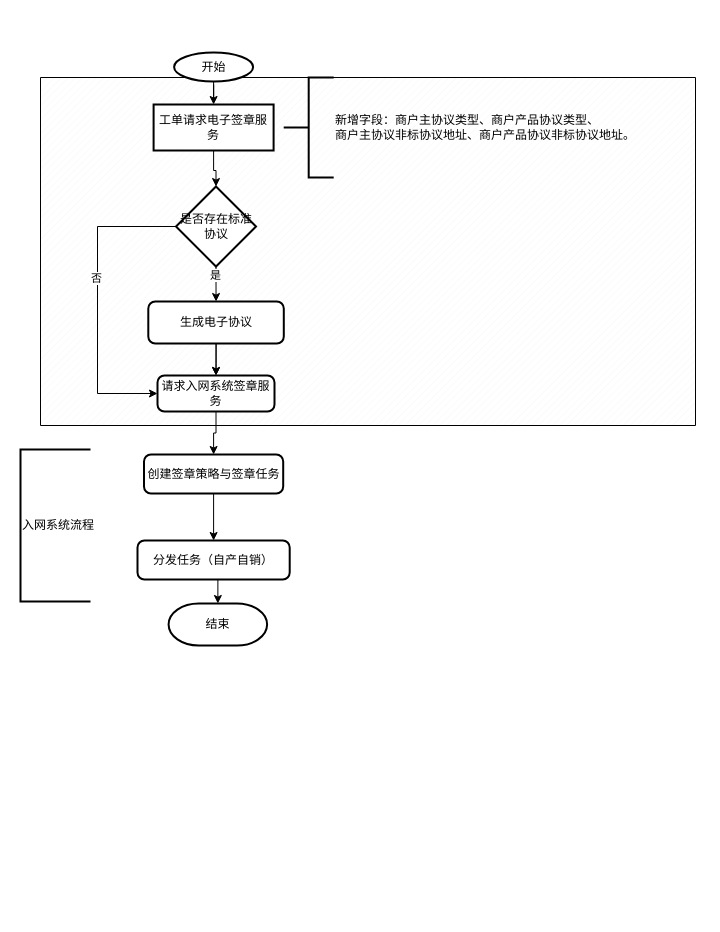
fengyong7723131/work keeps this draw.io diagram as page "第 1 页" (1 of 4) of 接收电子签章回调.drawio. Above is the earlier version. Source tidied: cells renumbered, new cells numbered last; positions are measured from the earlier drawing's top-left corner, leaving out a move shared by most shapes. Both pictures are drawn from the tidied source at 100%, with x=0, y=0 at pixel (20, 52).
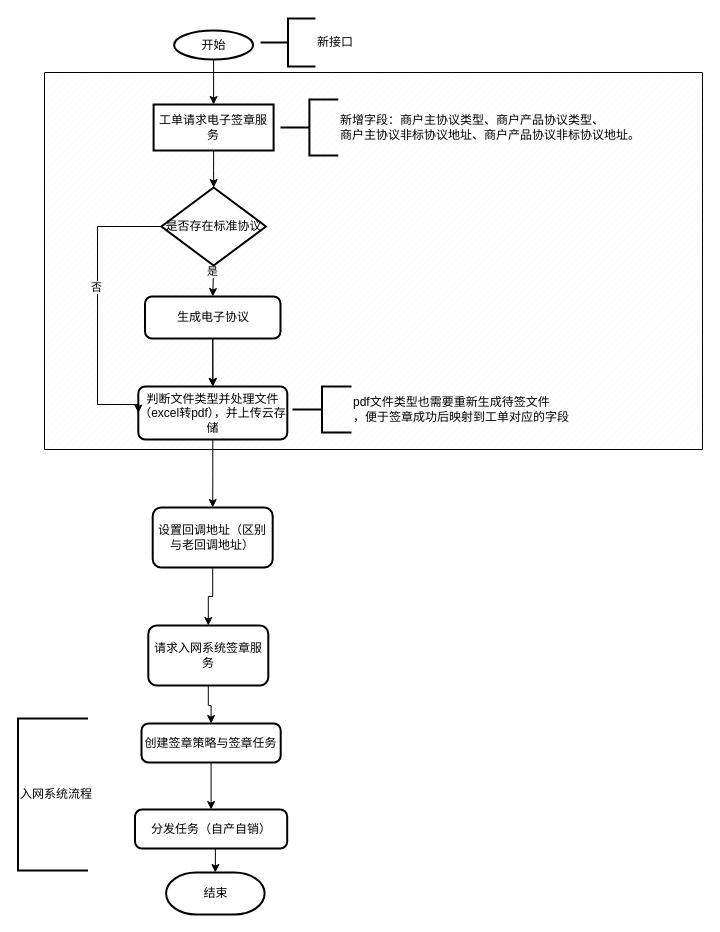
The same page after the edit.

Commit message:
更新接收电子签章回调.drawio

What changed in the source:
```diff
@@
     <mxCell id="2" style="verticalLabelPosition=bottom;verticalAlign=top;html=1;shape=mxgraph.basic.patternFillRect;fillStyle=diag;step=5;fillStrokeWidth=0.2;fillStrokeColor=#dddddd;" parent="1" vertex="1">
-      <mxGeometry x="20" y="25" width="655" height="348" as="geometry" />
+      <mxGeometry x="24" y="20" width="658" height="377" as="geometry" />
     </mxCell>
@@
     <mxCell id="4" value="开始" style="strokeWidth=2;html=1;shape=mxgraph.flowchart.start_1;whiteSpace=wrap;" parent="1" vertex="1">
-      <mxGeometry x="153.6" width="79" height="29" as="geometry" />
+      <mxGeometry x="153.6" y="-22" width="79" height="29" as="geometry" />
     </mxCell>
@@
     <mxCell id="7" value="生成电子协议" style="rounded=1;whiteSpace=wrap;html=1;absoluteArcSize=1;arcSize=14;strokeWidth=2;" parent="1" vertex="1">
-      <mxGeometry x="127.8" y="249" width="135.5" height="42" as="geometry" />
+      <mxGeometry x="124.5" y="244" width="135.5" height="42" as="geometry" />
     </mxCell>
@@
     <mxCell id="9" value="创建签章策略与签章任务" style="rounded=1;whiteSpace=wrap;html=1;absoluteArcSize=1;arcSize=14;strokeWidth=2;" parent="1" vertex="1">
-      <mxGeometry x="123.5" y="402" width="139.2" height="39" as="geometry" />
+      <mxGeometry x="121" y="671" width="139.2" height="39" as="geometry" />
     </mxCell>
@@
     <mxCell id="11" value="分发任务（自产自销）" style="rounded=1;whiteSpace=wrap;html=1;absoluteArcSize=1;arcSize=14;strokeWidth=2;" parent="1" vertex="1">
-      <mxGeometry x="117" y="488" width="152.2" height="39" as="geometry" />
+      <mxGeometry x="114.5" y="757" width="152.2" height="39" as="geometry" />
     </mxCell>
     <mxCell id="12" value="结束" style="strokeWidth=2;html=1;shape=mxgraph.flowchart.terminator;whiteSpace=wrap;" parent="1" vertex="1">
-      <mxGeometry x="148.1" y="551" width="98.5" height="42" as="geometry" />
+      <mxGeometry x="145.6" y="820" width="98.5" height="42" as="geometry" />
     </mxCell>
-    <mxCell id="13" style="edgeStyle=orthogonalEdgeStyle;rounded=0;jettySize=auto;html=1;exitX=0.5;exitY=1;exitDx=0;exitDy=0;" parent="1" edge="1" source="14" target="9">
-      <mxGeometry relative="1" as="geometry" />
-    </mxCell>
+    <mxCell id="24" style="edgeStyle=orthogonalEdgeStyle;rounded=0;jettySize=auto;html=1;" parent="1" edge="1" source="14" target="30">
+      <mxGeometry relative="1" as="geometry" />
+    </mxCell>
-    <mxCell id="14" value="请求入网系统签章服务" style="rounded=1;whiteSpace=wrap;html=1;absoluteArcSize=1;arcSize=14;strokeWidth=2;" parent="1" vertex="1">
-      <mxGeometry x="137" y="323" width="117" height="36" as="geometry" />
+    <mxCell id="14" value="判断文件类型并处理文件（excel转pdf），并上传云存储" style="rounded=1;whiteSpace=wrap;html=1;absoluteArcSize=1;arcSize=14;strokeWidth=2;" parent="1" vertex="1">
+      <mxGeometry x="117.8" y="334" width="149" height="53" as="geometry" />
     </mxCell>
     <mxCell id="15" value="入网系统流程" style="strokeWidth=2;html=1;shape=mxgraph.flowchart.annotation_1;align=left;" parent="1" vertex="1">
-      <mxGeometry y="397" width="70" height="152" as="geometry" />
+      <mxGeometry x="-2.5" y="666" width="70" height="152" as="geometry" />
     </mxCell>
@@
     <mxCell id="18" value="新增字段：商户主协议类型、商户产品协议类型、&lt;br&gt;商户主协议非标协议地址、商户产品协议非标协议地址。" style="strokeWidth=2;html=1;shape=mxgraph.flowchart.annotation_2;align=left;labelPosition=right;" parent="1" vertex="1">
-      <mxGeometry x="263.2" y="25" width="50" height="100" as="geometry" />
+      <mxGeometry x="260" y="47" width="57.8" height="56" as="geometry" />
     </mxCell>
@@
     <mxCell id="21" style="edgeStyle=orthogonalEdgeStyle;rounded=0;jettySize=auto;html=1;exitX=0;exitY=0.5;exitDx=0;exitDy=0;entryX=0;entryY=0.5;entryDx=0;entryDy=0;" parent="1" edge="1" source="23" target="14">
       <mxGeometry relative="1" as="geometry">
         <Array as="points">
           <mxPoint x="77" y="174" />
-          <mxPoint x="77" y="341" />
+          <mxPoint x="77" y="352" />
         </Array>
       </mxGeometry>
     </mxCell>
@@
     <mxCell id="23" value="是否存在标准协议" style="rhombus;whiteSpace=wrap;html=1;strokeWidth=2;" parent="1" vertex="1">
-      <mxGeometry x="155.5" y="134" width="80" height="80" as="geometry" />
+      <mxGeometry x="140.9" y="135" width="104.5" height="78" as="geometry" />
     </mxCell>
+    <mxCell id="25" style="edgeStyle=orthogonalEdgeStyle;rounded=0;jettySize=auto;html=1;" parent="1" edge="1" source="26" target="9">
+      <mxGeometry relative="1" as="geometry" />
+    </mxCell>
+    <mxCell id="26" value="&lt;span&gt;请求入网系统签章服务&lt;/span&gt;" style="whiteSpace=wrap;html=1;rounded=1;strokeWidth=2;arcSize=14;" parent="1" vertex="1">
+      <mxGeometry x="127.8" y="573" width="120" height="60" as="geometry" />
+    </mxCell>
+    <mxCell id="27" value="pdf文件类型也需要重新生成待签文件&lt;br&gt;，便于签章成功后映射到工单对应的字段" style="strokeWidth=2;html=1;shape=mxgraph.flowchart.annotation_2;align=left;labelPosition=right;" parent="1" vertex="1">
+      <mxGeometry x="272" y="334" width="59" height="46" as="geometry" />
+    </mxCell>
+    <mxCell id="28" value="新接口" style="strokeWidth=2;html=1;shape=mxgraph.flowchart.annotation_2;align=left;labelPosition=right;" parent="1" vertex="1">
+      <mxGeometry x="240" y="-34" width="55" height="48" as="geometry" />
+    </mxCell>
+    <mxCell id="29" style="edgeStyle=orthogonalEdgeStyle;rounded=0;jettySize=auto;html=1;" parent="1" edge="1" source="30" target="26">
+      <mxGeometry relative="1" as="geometry" />
+    </mxCell>
+    <mxCell id="30" value="设置回调地址（区别与老回调地址）" style="whiteSpace=wrap;html=1;rounded=1;strokeWidth=2;arcSize=14;" parent="1" vertex="1">
+      <mxGeometry x="132.2" y="455" width="120" height="60" as="geometry" />
+    </mxCell>
```
